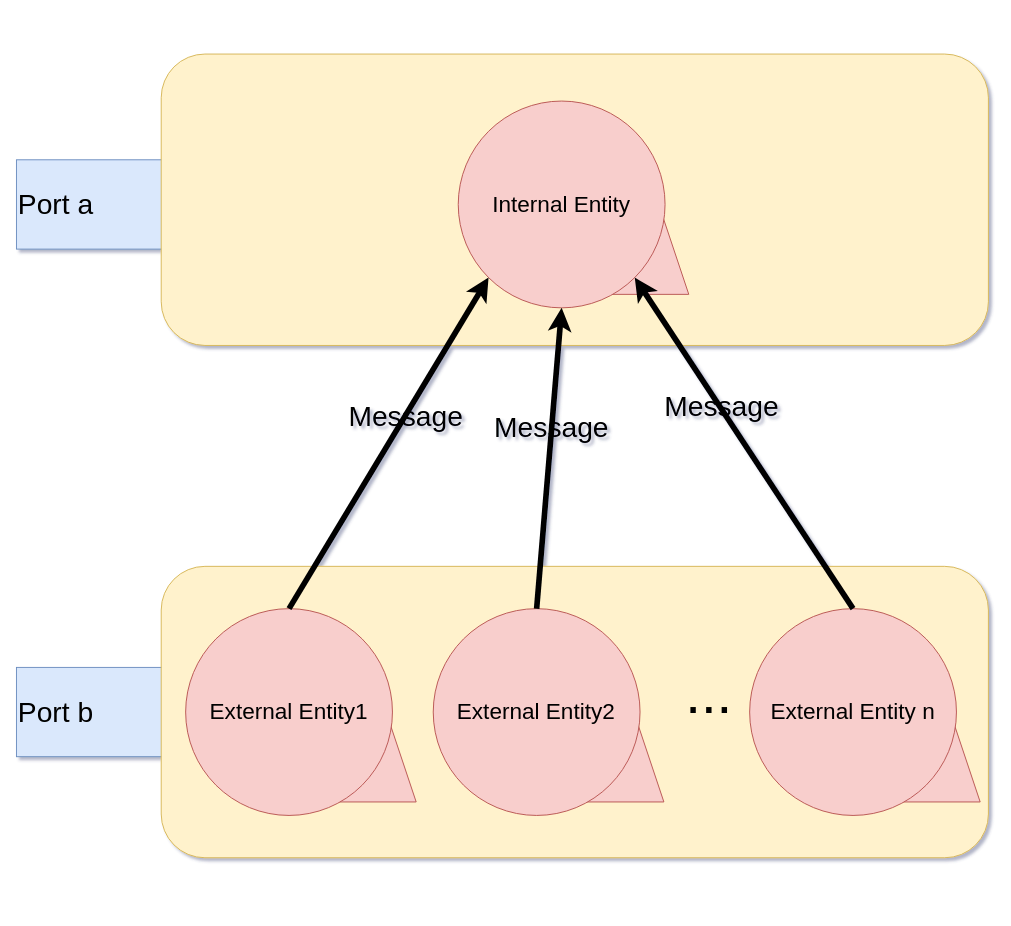
Above: it.unibo.workshift/userDocs/Modello.drawio in LeoManto/Mantovani_Leonardo (draw.io), before the change. Source tidied: cells renumbered, new cells numbered last; positions are measured from the earlier drawing's top-left corner, leaving out a move shared by most shapes. Both pictures are drawn from the tidied source at 94%, with x=0, y=0 at pixel (16, 54).
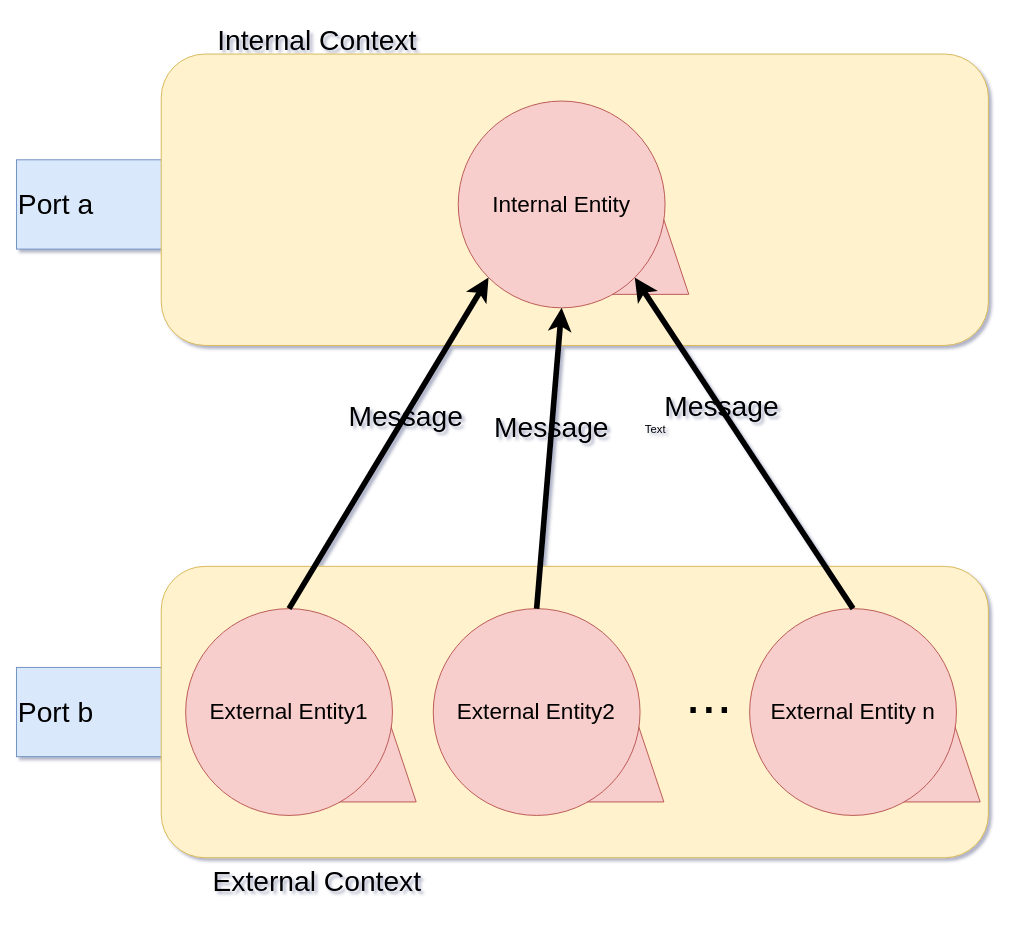
The same page after the edit.

Diff of the diagram source:
```diff
@@
+    <mxCell id="21" value="Text" style="text;html=1;strokeColor=none;fillColor=none;align=center;verticalAlign=middle;whiteSpace=wrap;rounded=0;" parent="1" vertex="1">
+      <mxGeometry x="660" y="390" width="40" height="20" as="geometry" />
+    </mxCell>
+    <mxCell id="22" value="&lt;font style=&quot;font-size: 30px&quot;&gt;Internal Context&lt;/font&gt;" style="text;html=1;strokeColor=none;fillColor=none;align=center;verticalAlign=middle;whiteSpace=wrap;rounded=0;fontColor=#000000;" parent="1" vertex="1">
+      <mxGeometry x="180" y="-40" width="280" height="50" as="geometry" />
+    </mxCell>
+    <mxCell id="23" value="&lt;font style=&quot;font-size: 30px&quot;&gt;External Context&lt;/font&gt;" style="text;html=1;strokeColor=none;fillColor=none;align=center;verticalAlign=middle;whiteSpace=wrap;rounded=0;fontColor=#000000;" parent="1" vertex="1">
+      <mxGeometry x="180" y="855" width="280" height="50" as="geometry" />
+    </mxCell>
```
